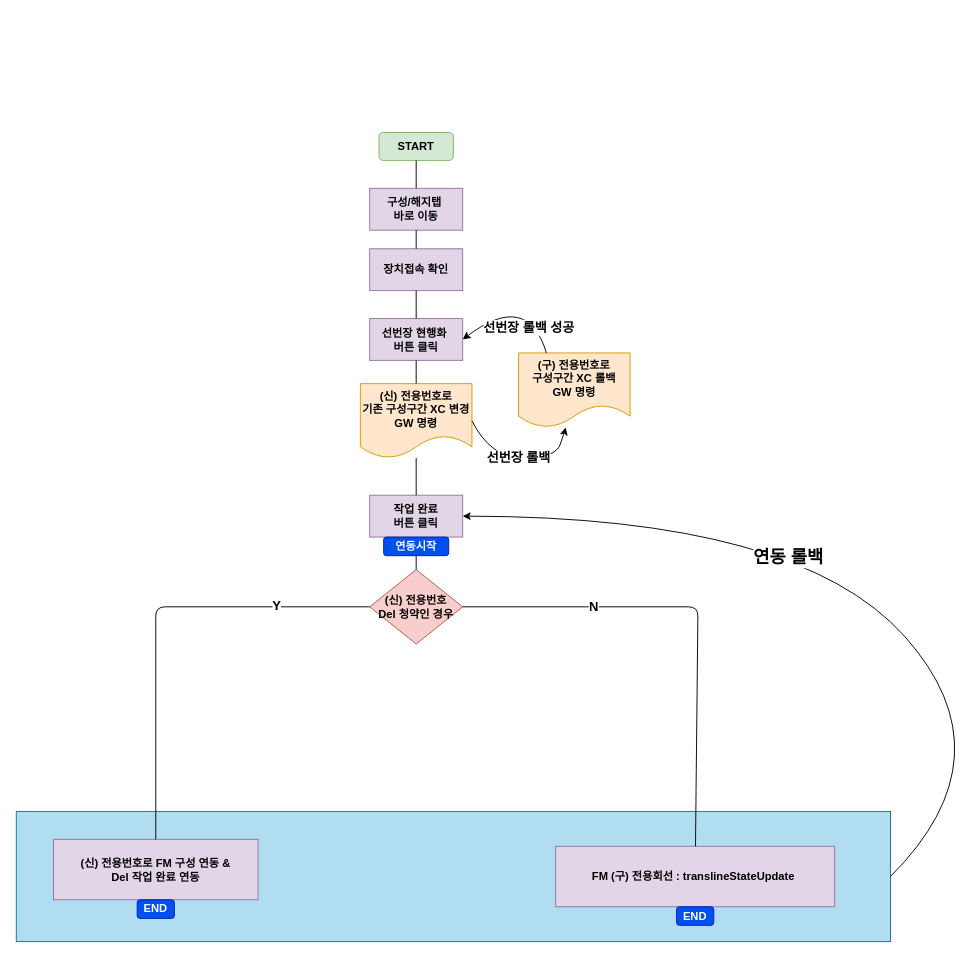
Above: 작업서 진행.drawio in CharmingTree/UML (draw.io), before the change. Source tidied: cells renumbered, new cells numbered last; positions are measured from the earlier drawing's top-left corner, leaving out a move shared by most shapes. Both pictures are drawn from the tidied source at 93%, with x=0, y=0 at pixel (16, 132).
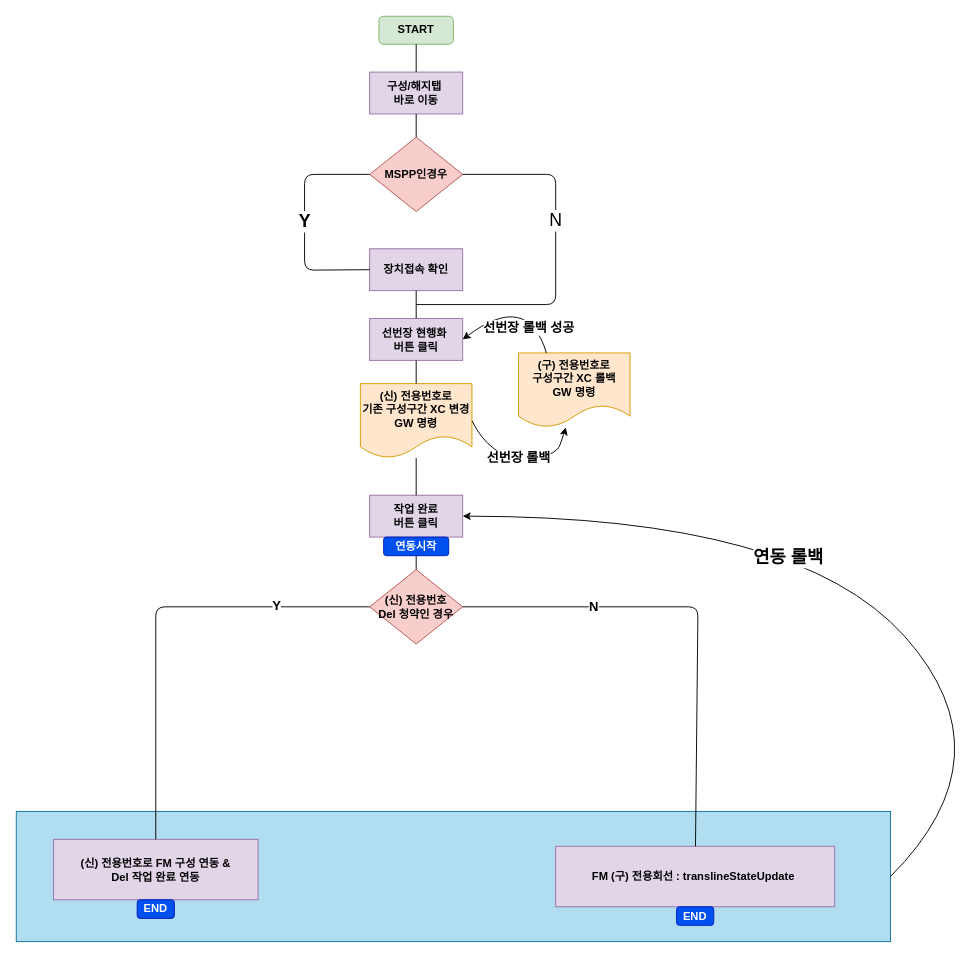
Above is the later version.

Commit message:
Update 작업서 진행.drawio

Unchanged cells that the change refers to:
```xml
<mxCell id="8" value="장치접속 확인" style="rounded=0;whiteSpace=wrap;html=1;fillColor=#e1d5e7;strokeColor=#9673a6;fontStyle=1;" parent="1" vertex="1">
  <mxGeometry x="380" y="125" width="100" height="45" as="geometry" />
</mxCell>
```

What changed in the source:
```diff
@@
     <mxCell id="3" value="START" style="rounded=1;whiteSpace=wrap;html=1;fillColor=#d5e8d4;strokeColor=#82b366;fontStyle=1;" parent="1" vertex="1">
-      <mxGeometry x="390" width="80" height="30" as="geometry" />
+      <mxGeometry x="390" y="-125" width="80" height="30" as="geometry" />
     </mxCell>
     <mxCell id="4" value="구성/해지탭&amp;nbsp;&lt;br&gt;바로 이동" style="rounded=0;whiteSpace=wrap;html=1;fillColor=#e1d5e7;strokeColor=#9673a6;fontStyle=1;" parent="1" vertex="1">
-      <mxGeometry x="380" y="60" width="100" height="45" as="geometry" />
+      <mxGeometry x="380" y="-65" width="100" height="45" as="geometry" />
     </mxCell>
@@
-    <mxCell id="15" style="endArrow=none;html=1;entryX=0.5;entryY=1;entryDx=0;entryDy=0;exitX=0.5;exitY=0;exitDx=0;exitDy=0;fontStyle=1;" parent="1" edge="1" source="8" target="4">
-      <mxGeometry relative="1" as="geometry" />
-    </mxCell>
@@
+    <mxCell id="28" value="MSPP인경우" style="rhombus;whiteSpace=wrap;html=1;fillColor=#f8cecc;strokeColor=#b85450;fontStyle=1;" parent="1" vertex="1">
+      <mxGeometry x="380" y="5" width="100" height="80" as="geometry" />
+    </mxCell>
+    <mxCell id="29" value="&lt;font style=&quot;font-size: 19px&quot;&gt;&lt;b&gt;Y&lt;/b&gt;&lt;/font&gt;" style="endArrow=none;html=1;entryX=0;entryY=0.5;entryDx=0;entryDy=0;exitX=0;exitY=0.5;exitDx=0;exitDy=0;" parent="1" edge="1" source="8" target="28">
+      <mxGeometry relative="1" as="geometry">
+        <Array as="points">
+          <mxPoint x="310" y="148" />
+          <mxPoint x="310" y="45" />
+        </Array>
+      </mxGeometry>
+    </mxCell>
+    <mxCell id="30" value="&lt;font style=&quot;font-size: 19px&quot;&gt;N&lt;/font&gt;" style="endArrow=none;html=1;entryX=1;entryY=0.5;entryDx=0;entryDy=0;" parent="1" edge="1" target="28">
+      <mxGeometry x="0.23" relative="1" as="geometry">
+        <mxPoint x="430" y="185" as="sourcePoint" />
+        <Array as="points">
+          <mxPoint x="580" y="185" />
+          <mxPoint x="580" y="45" />
+        </Array>
+      </mxGeometry>
+    </mxCell>
+    <mxCell id="31" style="endArrow=none;html=1;entryX=0.5;entryY=1;entryDx=0;entryDy=0;exitX=0.5;exitY=0;exitDx=0;exitDy=0;fontStyle=1;" parent="1" edge="1" source="28" target="4">
+      <mxGeometry relative="1" as="geometry" />
+    </mxCell>
```
